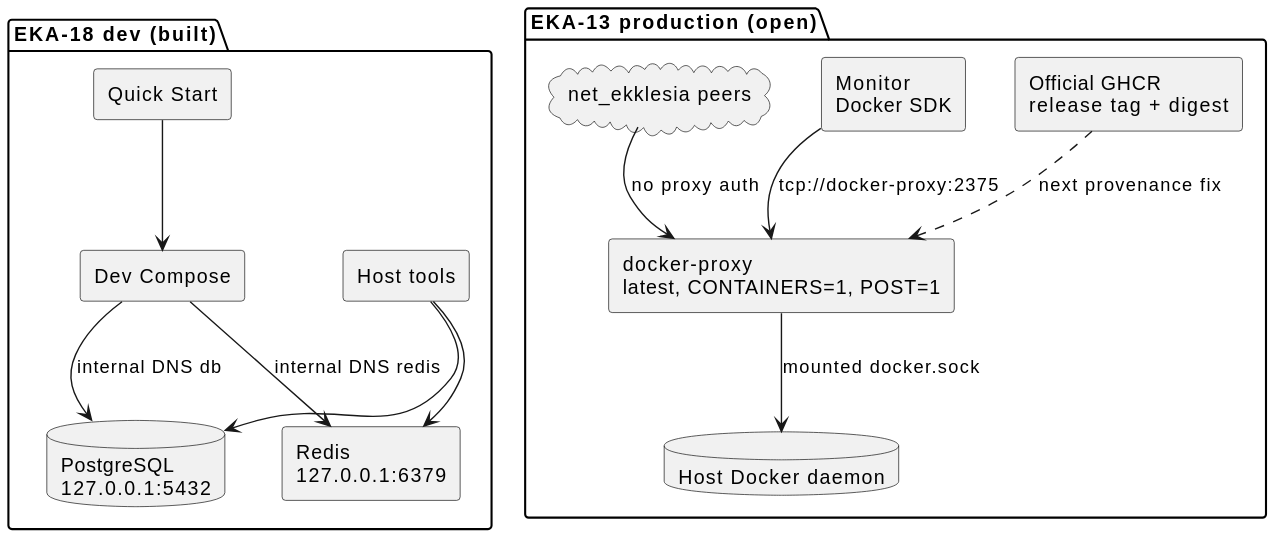
Earlier version of the PlantUML export docs/architecture/map_001.svg (NeaBouli/pnyx).
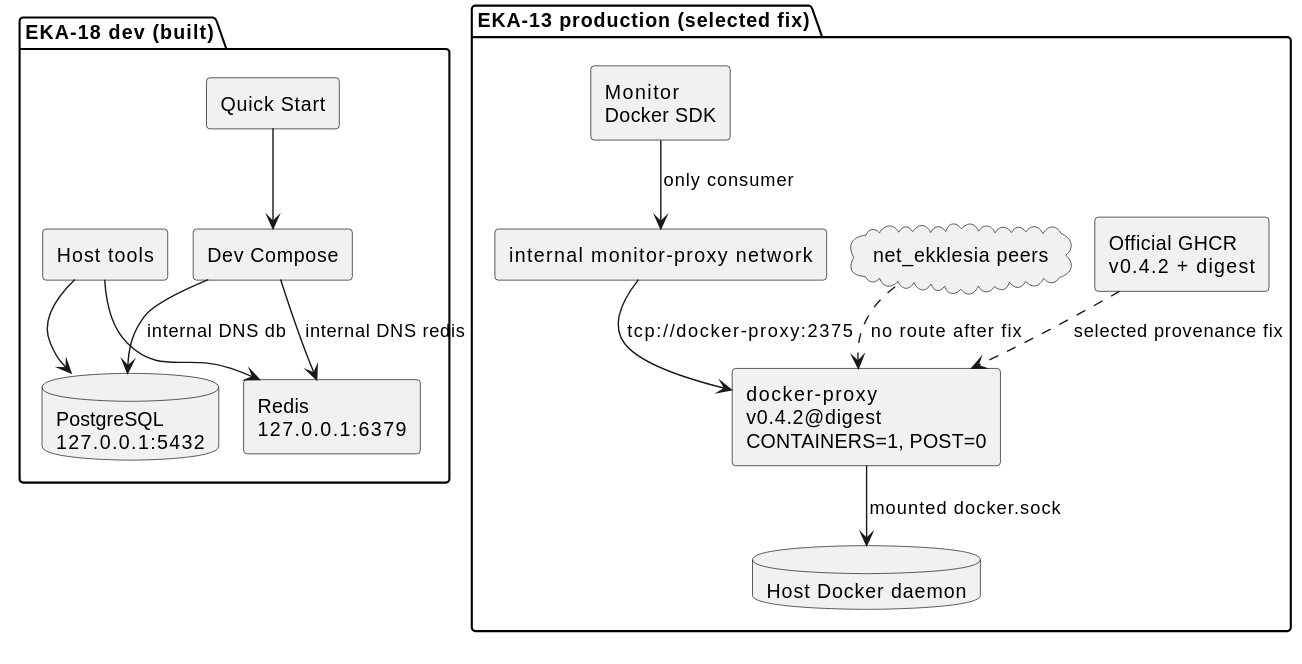
Above is the later version.

What changed in the source:
```diff
@@ -13,15 +13,17 @@
   DEV --> DEVREDIS : internal DNS redis
 }
 
-package "EKA-13 production (open)" {
+package "EKA-13 production (selected fix)" {
   component "Monitor\nDocker SDK" as MON
-  component "docker-proxy\nlatest, CONTAINERS=1, POST=1" as PROXY
-  component "Official GHCR\nrelease tag + digest" as GHCR
+  component "docker-proxy\nv0.4.2@digest\nCONTAINERS=1, POST=0" as PROXY
+  component "Official GHCR\nv0.4.2 + digest" as GHCR
   database "Host Docker daemon" as DOCKER
   cloud "net_ekklesia peers" as PEERS
-  MON --> PROXY : tcp://docker-proxy:2375
-  PEERS --> PROXY : no proxy auth
+  rectangle "internal monitor-proxy network" as PRIVATE
+  MON --> PRIVATE : only consumer
+  PRIVATE --> PROXY : tcp://docker-proxy:2375
+  PEERS ..> PROXY : no route after fix
   PROXY --> DOCKER : mounted docker.sock
-  GHCR ..> PROXY : next provenance fix
+  GHCR ..> PROXY : selected provenance fix
 }
 @enduml
```
